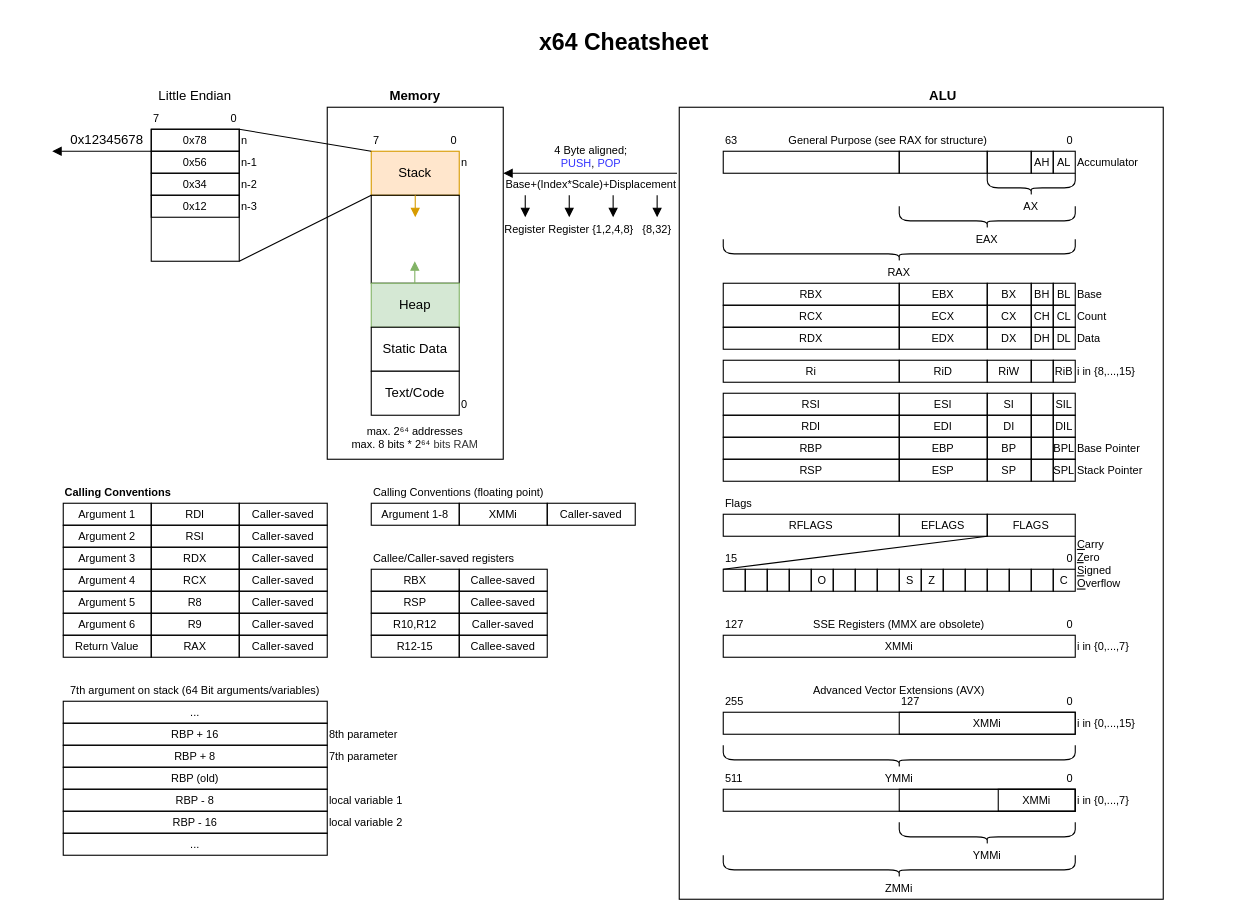
ZaubererHaft/C-Cheatsheet keeps this draw.io diagram as drawio/x86_64 Overview.drawio. Above is the earlier version. Source tidied: cells renumbered, new cells numbered last; positions are measured from the earlier drawing's top-left corner, leaving out a move shared by most shapes. Both pictures are drawn from the tidied source at 110%, with x=0, y=0 at pixel (19, 19).
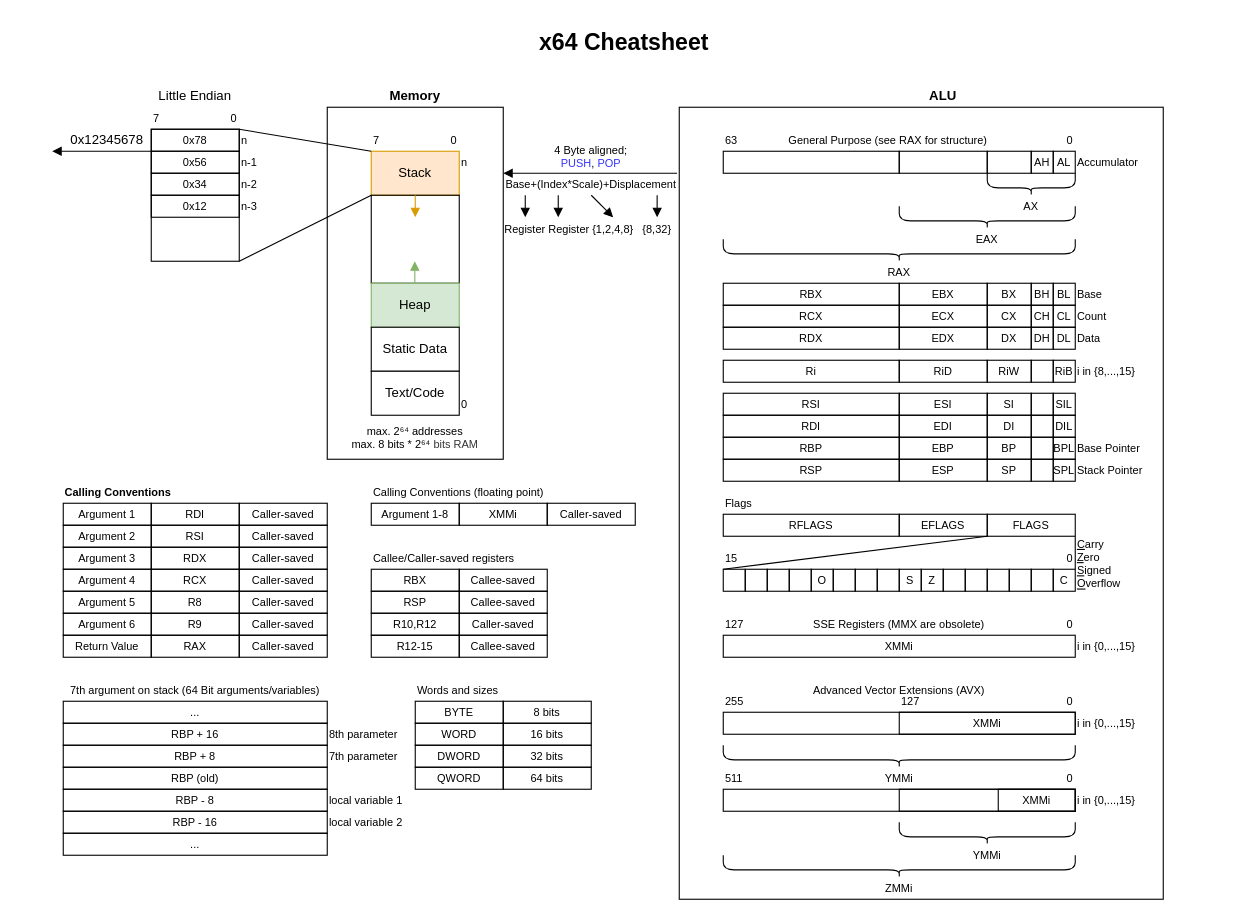
The same diagram, later.

Commit message (it also covers changes not shown here):
add words and sizes

Unchanged cells that the change refers to:
```xml
<mxCell id="36" value="Base+(Index*Scale)+Displacement" style="text;html=1;strokeColor=none;fillColor=none;align=center;verticalAlign=middle;whiteSpace=wrap;rounded=0;fontSize=10;" parent="1" vertex="1">
  <mxGeometry x="440" y="140" width="160" height="20" as="geometry" />
</mxCell>
<mxCell id="45" style="group;" parent="1" vertex="1">
  <mxGeometry x="640" y="540" width="390" height="260" as="geometry" />
</mxCell>
```

Diff of the diagram source:
```diff
@@
     <mxCell id="42" style="endArrow=block;html=1;fontSize=10;endFill=1;" parent="1" edge="1">
       <mxGeometry relative="1" as="geometry">
-        <mxPoint x="500" y="160" as="sourcePoint" />
-        <mxPoint x="500" y="180" as="targetPoint" />
+        <mxPoint x="490" y="160" as="sourcePoint" />
+        <mxPoint x="490" y="180" as="targetPoint" />
       </mxGeometry>
     </mxCell>
-    <mxCell id="43" style="endArrow=block;html=1;fontSize=10;endFill=1;" parent="1" edge="1">
+    <mxCell id="43" style="endArrow=block;html=1;fontSize=10;endFill=1;exitX=0.5;exitY=1;exitDx=0;exitDy=0;" parent="1" edge="1" source="36">
       <mxGeometry relative="1" as="geometry">
-        <mxPoint x="539.9" y="160" as="sourcePoint" />
         <mxPoint x="539.9" y="180" as="targetPoint" />
       </mxGeometry>
     </mxCell>
@@
-    <mxCell id="48" value="i in {0,...,7}" style="text;html=1;strokeColor=none;fillColor=none;align=left;verticalAlign=middle;whiteSpace=wrap;rounded=0;fontSize=10;" parent="45" vertex="1">
+    <mxCell id="48" value="i in {0,...,15}" style="text;html=1;strokeColor=none;fillColor=none;align=left;verticalAlign=middle;whiteSpace=wrap;rounded=0;fontSize=10;" parent="45" vertex="1">
       <mxGeometry x="320" y="20" width="70" height="20" as="geometry" />
     </mxCell>
@@
-    <mxCell id="57" value="i in {0,...,7}" style="text;html=1;strokeColor=none;fillColor=none;align=left;verticalAlign=middle;whiteSpace=wrap;rounded=0;fontSize=10;" parent="45" vertex="1">
+    <mxCell id="57" value="i in {0,...,15}" style="text;html=1;strokeColor=none;fillColor=none;align=left;verticalAlign=middle;whiteSpace=wrap;rounded=0;fontSize=10;" parent="45" vertex="1">
       <mxGeometry x="320" y="160" width="70" height="20" as="geometry" />
     </mxCell>
@@
+    <mxCell id="216" value="WORD" style="rounded=0;whiteSpace=wrap;html=1;fillColor=none;fontSize=10;align=center;" parent="1" vertex="1">
+      <mxGeometry x="360" y="640" width="80" height="20" as="geometry" />
+    </mxCell>
+    <mxCell id="217" value="BYTE" style="rounded=0;whiteSpace=wrap;html=1;fillColor=none;fontSize=10;align=center;" parent="1" vertex="1">
+      <mxGeometry x="360" y="620" width="80" height="20" as="geometry" />
+    </mxCell>
+    <mxCell id="218" value="16 bits" style="rounded=0;whiteSpace=wrap;html=1;fillColor=none;fontSize=10;align=center;" parent="1" vertex="1">
+      <mxGeometry x="440" y="640" width="80" height="20" as="geometry" />
+    </mxCell>
+    <mxCell id="219" value="8 bits" style="rounded=0;whiteSpace=wrap;html=1;fillColor=none;fontSize=10;align=center;" parent="1" vertex="1">
+      <mxGeometry x="440" y="620" width="80" height="20" as="geometry" />
+    </mxCell>
+    <mxCell id="220" value="DWORD" style="rounded=0;whiteSpace=wrap;html=1;fillColor=none;fontSize=10;align=center;" parent="1" vertex="1">
+      <mxGeometry x="360" y="660" width="80" height="20" as="geometry" />
+    </mxCell>
+    <mxCell id="221" value="32 bits" style="rounded=0;whiteSpace=wrap;html=1;fillColor=none;fontSize=10;align=center;" parent="1" vertex="1">
+      <mxGeometry x="440" y="660" width="80" height="20" as="geometry" />
+    </mxCell>
+    <mxCell id="222" value="QWORD" style="rounded=0;whiteSpace=wrap;html=1;fillColor=none;fontSize=10;align=center;" parent="1" vertex="1">
+      <mxGeometry x="360" y="680" width="80" height="20" as="geometry" />
+    </mxCell>
+    <mxCell id="223" value="64 bits" style="rounded=0;whiteSpace=wrap;html=1;fillColor=none;fontSize=10;align=center;" parent="1" vertex="1">
+      <mxGeometry x="440" y="680" width="80" height="20" as="geometry" />
+    </mxCell>
+    <mxCell id="224" value="Words and sizes" style="text;html=1;strokeColor=none;fillColor=none;align=left;verticalAlign=middle;whiteSpace=wrap;rounded=0;fontSize=10;" parent="1" vertex="1">
+      <mxGeometry x="360" y="600" width="160" height="20" as="geometry" />
+    </mxCell>
```
